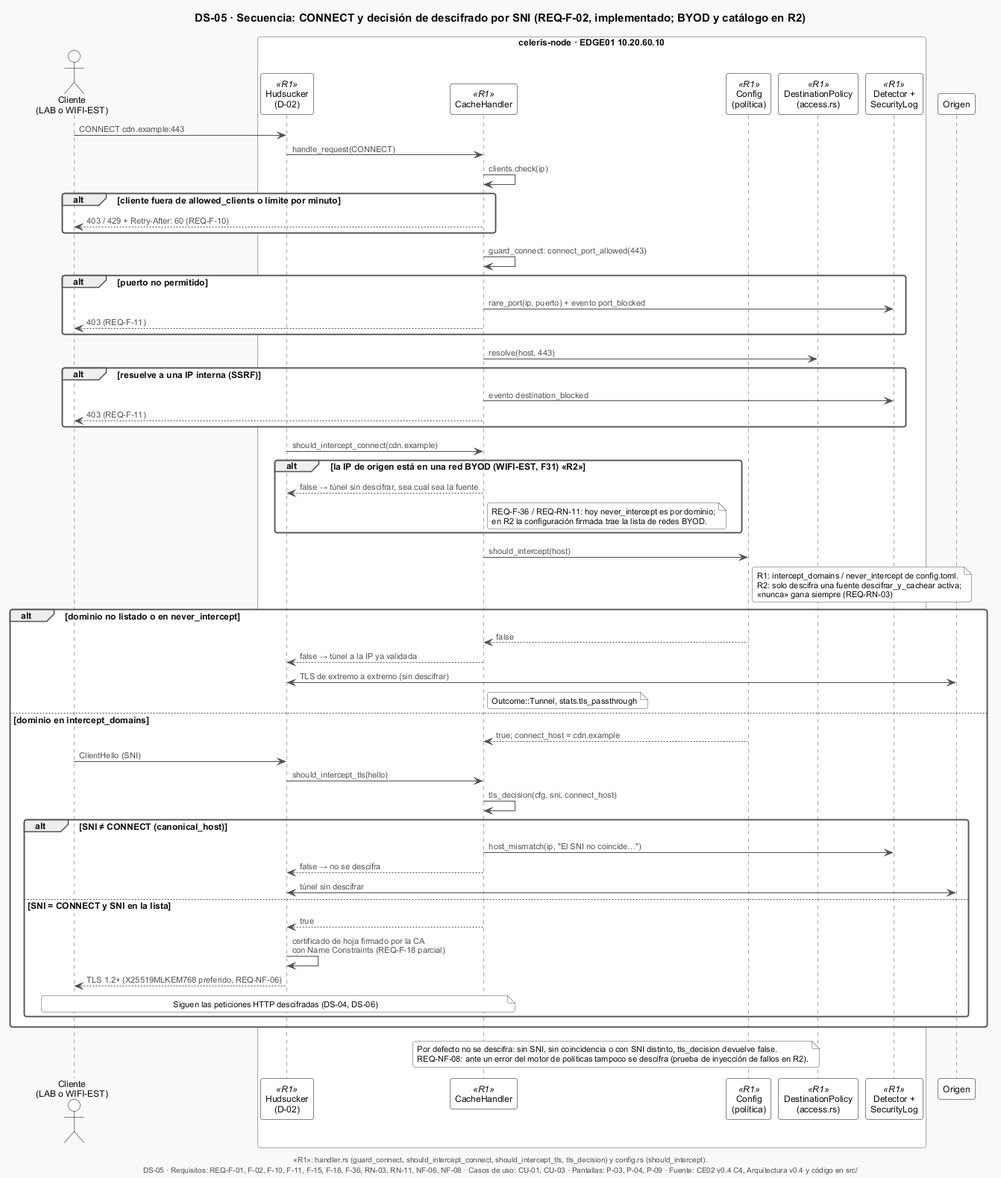
Above: docs/software/e1/diagramas/png/DS-05-secuencia-connect-sni.png in Nick-Saim-MJ/Project-Celeris (PlantUML), before the change.
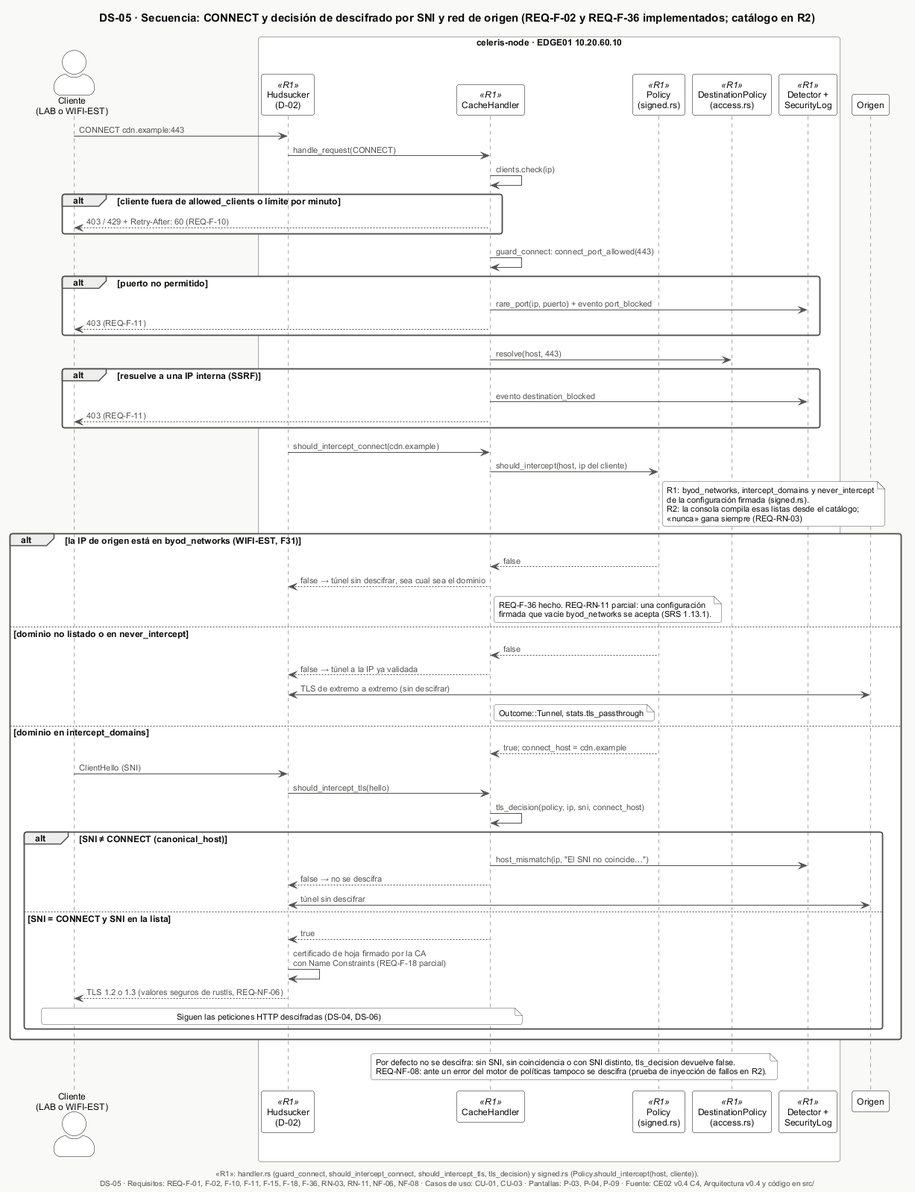
After the commit.

What changed in the source:
```diff
@@ -1,13 +1,13 @@
 @startuml DS-05-secuencia-connect-sni
 !include _estilo.iuml
-title DS-05 · Secuencia: CONNECT y decisión de descifrado por SNI (REQ-F-02, implementado; BYOD y catálogo en R2)
-caption «R1»: handler.rs (guard_connect, should_intercept_connect, should_intercept_tls, tls_decision) y config.rs (should_intercept).
+title DS-05 · Secuencia: CONNECT y decisión de descifrado por SNI y red de origen (REQ-F-02 y REQ-F-36 implementados; catálogo en R2)
+caption «R1»: handler.rs (guard_connect, should_intercept_connect, should_intercept_tls, tls_decision) y signed.rs (Policy.should_intercept(host, cliente)).
 
 actor "Cliente\n(LAB o WIFI-EST)" as C
 box "celeris-node · EDGE01 10.20.60.10" #FFFFFF
   participant "Hudsucker\n(D-02)" as HS <<R1>>
   participant "CacheHandler" as H <<R1>>
-  participant "Config\n(política)" as P <<R1>>
+  participant "Policy\n(signed.rs)" as P <<R1>>
   participant "DestinationPolicy\n(access.rs)" as D <<R1>>
   participant "Detector +\nSecurityLog" as DET <<R1>>
 end box
@@ -30,14 +30,14 @@
   H --> C : 403 (REQ-F-11)
 end
 HS -> H : should_intercept_connect(cdn.example)
-alt la IP de origen está en una red BYOD (WIFI-EST, F31) «R2»
-  H --> HS : false → túnel sin descifrar, sea cual sea la fuente
-  note right of H : REQ-F-36 / REQ-RN-11: hoy never_intercept es por dominio;\nen R2 la configuración firmada trae la lista de redes BYOD.
-end
-H -> P : should_intercept(host)
-note right of P : R1: intercept_domains / never_intercept de config.toml.\nR2: solo descifra una fuente descifrar_y_cachear activa;\n«nunca» gana siempre (REQ-RN-03)
+H -> P : should_intercept(host, ip del cliente)
+note right of P : R1: byod_networks, intercept_domains y never_intercept\nde la configuración firmada (signed.rs).\nR2: la consola compila esas listas desde el catálogo;\n«nunca» gana siempre (REQ-RN-03)
 
-alt dominio no listado o en never_intercept
+alt la IP de origen está en byod_networks (WIFI-EST, F31)
+  P --> H : false
+  H --> HS : false → túnel sin descifrar, sea cual sea el dominio
+  note right of H : REQ-F-36 hecho. REQ-RN-11 parcial: una configuración\nfirmada que vacíe byod_networks se acepta (SRS 1.13.1).
+else dominio no listado o en never_intercept
   P --> H : false
   H --> HS : false → túnel a la IP ya validada
   HS <-> O : TLS de extremo a extremo (sin descifrar)
@@ -46,7 +46,7 @@
   P --> H : true; connect_host = cdn.example
   C -> HS : ClientHello (SNI)
   HS -> H : should_intercept_tls(hello)
-  H -> H : tls_decision(cfg, sni, connect_host)
+  H -> H : tls_decision(policy, ip, sni, connect_host)
   alt SNI ≠ CONNECT (canonical_host)
     H -> DET : host_mismatch(ip, "El SNI no coincide…")
     H --> HS : false → no se descifra
@@ -54,7 +54,7 @@
   else SNI = CONNECT y SNI en la lista
     H --> HS : true
     HS -> HS : certificado de hoja firmado por la CA\ncon Name Constraints (REQ-F-18 parcial)
-    HS --> C : TLS 1.2+ (X25519MLKEM768 preferido, REQ-NF-06)
+    HS --> C : TLS 1.2 o 1.3 (valores seguros de rustls, REQ-NF-06)
     note over C, H : Siguen las peticiones HTTP descifradas (DS-04, DS-06)
   end
 end
```
